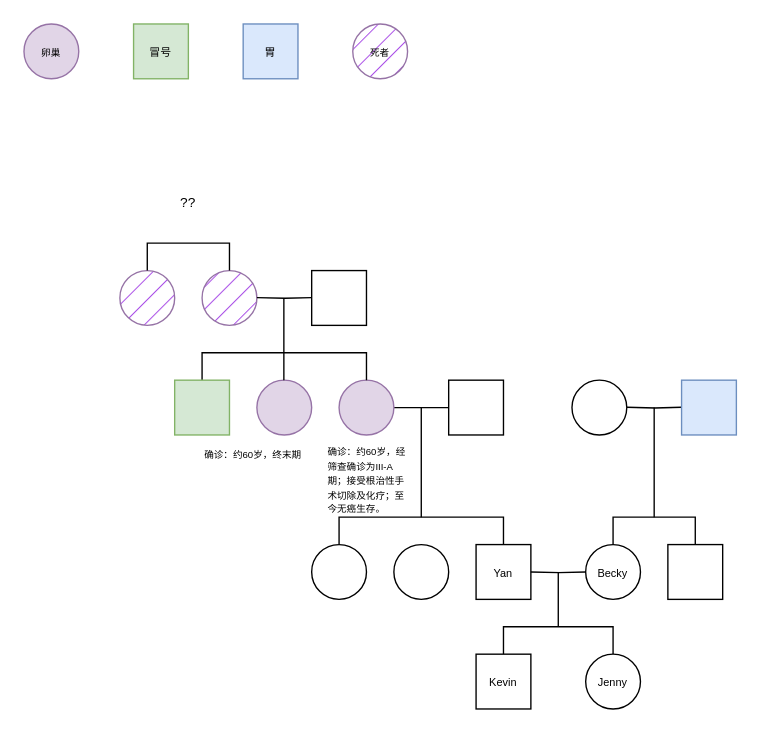
Before: pedigree_chinese.drawio in jennyznli/draw.io, a draw.io diagram. Source tidied: cells renumbered, new cells numbered last; positions are measured from the earlier drawing's top-left corner, leaving out a move shared by most shapes. Both pictures are drawn from the tidied source at 137%, with x=0, y=0 at pixel (23, 23).
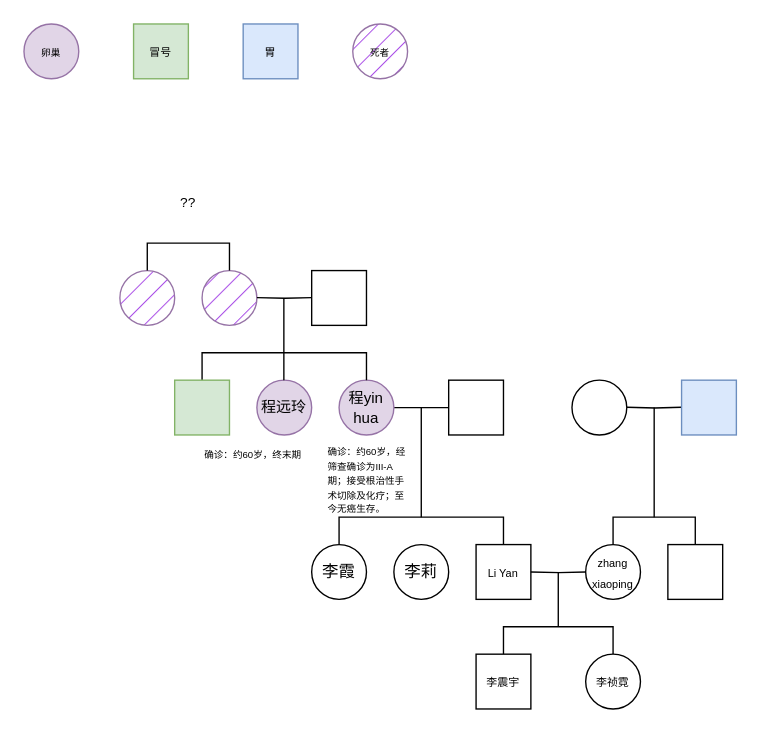
The same diagram, later.

Change to the diagram source:
```diff
@@
-    <mxCell id="2" value="&lt;font style=&quot;font-size: 8px;&quot;&gt;Becky&lt;/font&gt;" style="ellipse;whiteSpace=wrap;html=1;" parent="1" vertex="1">
+    <mxCell id="2" value="&lt;span style=&quot;font-size: 8px;&quot;&gt;zhang xiaoping&lt;/span&gt;" style="ellipse;whiteSpace=wrap;html=1;" parent="1" vertex="1">
       <mxGeometry x="410" y="380" width="40" height="40" as="geometry" />
     </mxCell>
-    <mxCell id="3" value="&lt;font style=&quot;font-size: 8px;&quot;&gt;Yan&lt;/font&gt;" style="whiteSpace=wrap;html=1;" parent="1" vertex="1">
+    <mxCell id="3" value="&lt;span style=&quot;font-size: 8px;&quot;&gt;Li Yan&lt;/span&gt;" style="whiteSpace=wrap;html=1;" parent="1" vertex="1">
       <mxGeometry x="330" y="380" width="40" height="40" as="geometry" />
     </mxCell>
@@
-    <mxCell id="5" style="ellipse;whiteSpace=wrap;html=1;fillColor=#e1d5e7;strokeColor=#9673a6;" parent="1" vertex="1">
+    <mxCell id="5" value="&lt;font style=&quot;font-size: 11px;&quot;&gt;程yin hua&lt;/font&gt;" style="ellipse;whiteSpace=wrap;html=1;fillColor=#e1d5e7;strokeColor=#9673a6;" parent="1" vertex="1">
       <mxGeometry x="230" y="260" width="40" height="40" as="geometry" />
     </mxCell>
@@
-    <mxCell id="7" style="ellipse;whiteSpace=wrap;html=1;" parent="1" vertex="1">
+    <mxCell id="7" value="李莉" style="ellipse;whiteSpace=wrap;html=1;" parent="1" vertex="1">
       <mxGeometry x="270" y="380" width="40" height="40" as="geometry" />
     </mxCell>
@@
-    <mxCell id="9" style="ellipse;whiteSpace=wrap;html=1;" parent="1" vertex="1">
+    <mxCell id="9" value="李&lt;span style=&quot;text-align: start; background-color: transparent; color: light-dark(rgb(0, 0, 0), rgb(255, 255, 255));&quot;&gt;霞&lt;/span&gt;" style="ellipse;whiteSpace=wrap;html=1;" parent="1" vertex="1">
       <mxGeometry x="210" y="380" width="40" height="40" as="geometry" />
     </mxCell>
@@
-    <mxCell id="13" style="ellipse;whiteSpace=wrap;html=1;fillColor=#e1d5e7;strokeColor=#9673a6;" parent="1" vertex="1">
+    <mxCell id="13" value="&lt;font style=&quot;font-size: 11px;&quot;&gt;程远玲&lt;/font&gt;" style="ellipse;whiteSpace=wrap;html=1;fillColor=#e1d5e7;strokeColor=#9673a6;" parent="1" vertex="1">
       <mxGeometry x="170" y="260" width="40" height="40" as="geometry" />
     </mxCell>
@@
-    <mxCell id="20" value="&lt;font style=&quot;font-size: 8px;&quot;&gt;Jenny&lt;/font&gt;" style="ellipse;whiteSpace=wrap;html=1;" parent="1" vertex="1">
+    <mxCell id="20" value="&lt;font style=&quot;font-size: 8px;&quot;&gt;李祯霓&lt;/font&gt;" style="ellipse;whiteSpace=wrap;html=1;" parent="1" vertex="1">
       <mxGeometry x="410" y="460" width="40" height="40" as="geometry" />
     </mxCell>
-    <mxCell id="21" value="&lt;font style=&quot;font-size: 8px;&quot;&gt;Kevin&lt;/font&gt;" style="whiteSpace=wrap;html=1;" parent="1" vertex="1">
+    <mxCell id="21" value="&lt;font style=&quot;font-size: 8px;&quot;&gt;李震宇&lt;/font&gt;" style="whiteSpace=wrap;html=1;" parent="1" vertex="1">
       <mxGeometry x="330" y="460" width="40" height="40" as="geometry" />
     </mxCell>
```
